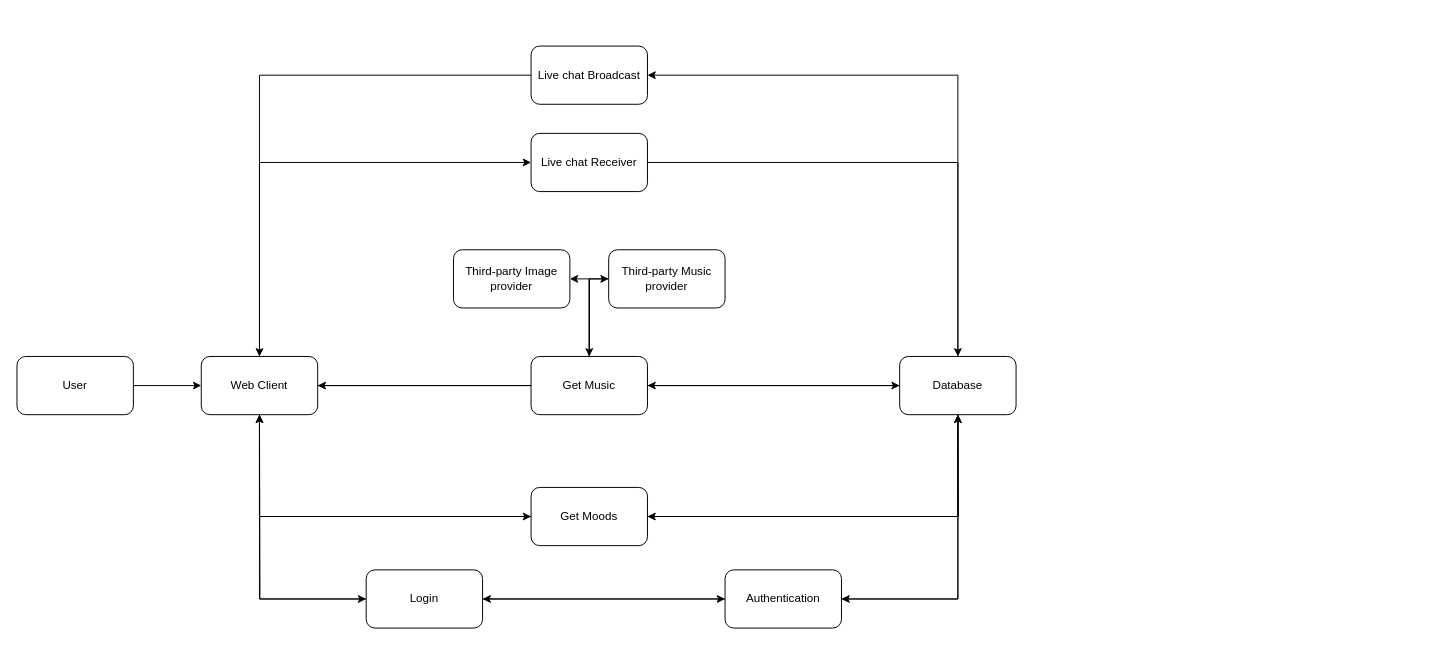
Above: Untitled Diagram.drawio in Grrom/lofi-moods-erd-stuff (draw.io), before the change. Source tidied: cells renumbered, new cells numbered last; positions are measured from the earlier drawing's top-left corner, leaving out a move shared by most shapes. Both pictures are drawn from the tidied source at 97%, with x=0, y=0 at pixel (16, 46).
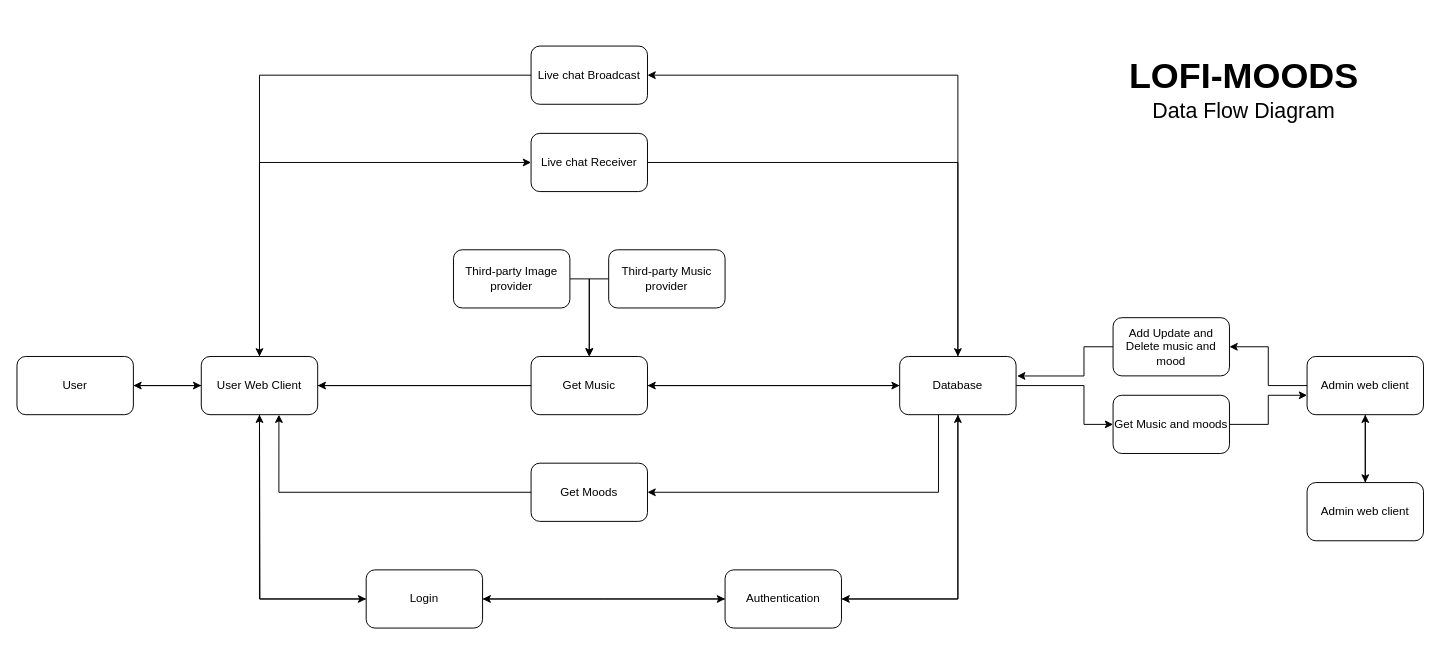
Above is the later version.

The change refers to these unchanged cells:
```xml
<mxCell id="3" value="User" style="rounded=1;whiteSpace=wrap;html=1;" parent="1" vertex="1">
  <mxGeometry y="320" width="120" height="60" as="geometry" />
</mxCell>
<mxCell id="16" value="Database" style="rounded=1;whiteSpace=wrap;html=1;" parent="1" vertex="1">
  <mxGeometry x="910" y="320" width="120" height="60" as="geometry" />
</mxCell>
<mxCell id="20" value="Third-party Image provider" style="rounded=1;whiteSpace=wrap;html=1;" parent="1" vertex="1">
  <mxGeometry x="450" y="210" width="120" height="60" as="geometry" />
</mxCell>
<mxCell id="25" value="Third-party Music provider" style="rounded=1;whiteSpace=wrap;html=1;" parent="1" vertex="1">
  <mxGeometry x="610" y="210" width="120" height="60" as="geometry" />
</mxCell>
<mxCell id="30" value="Get Music" style="rounded=1;whiteSpace=wrap;html=1;" parent="1" vertex="1">
  <mxGeometry x="530" y="320" width="120" height="60" as="geometry" />
</mxCell>
```

The edit, as a diff of the source:
```diff
@@
-<mxGraphModel>
+<mxGraphModel background="#ffffff">
@@
-    <mxCell id="5" style="edgeStyle=orthogonalEdgeStyle;rounded=0;jettySize=auto;html=1;entryX=0;entryY=0.5;entryDx=0;entryDy=0;" parent="1" edge="1" source="8" target="23">
-      <mxGeometry relative="1" as="geometry">
-        <Array as="points">
-          <mxPoint x="250" y="485" />
-        </Array>
-      </mxGeometry>
-    </mxCell>
@@
+    <mxCell id="35" style="edgeStyle=orthogonalEdgeStyle;rounded=0;jettySize=auto;html=1;" parent="1" edge="1" source="8" target="3">
+      <mxGeometry relative="1" as="geometry" />
+    </mxCell>
-    <mxCell id="8" value="Web Client" style="rounded=1;whiteSpace=wrap;html=1;" parent="1" vertex="1">
+    <mxCell id="8" value="User Web Client" style="rounded=1;whiteSpace=wrap;html=1;" parent="1" vertex="1">
       <mxGeometry x="190" y="320" width="120" height="60" as="geometry" />
     </mxCell>
@@
-    <mxCell id="13" style="edgeStyle=orthogonalEdgeStyle;rounded=0;jettySize=auto;html=1;entryX=1;entryY=0.5;entryDx=0;entryDy=0;" parent="1" edge="1" source="16" target="23">
-      <mxGeometry relative="1" as="geometry">
-        <Array as="points">
-          <mxPoint x="970" y="485" />
-        </Array>
-      </mxGeometry>
-    </mxCell>
@@
+    <mxCell id="36" style="edgeStyle=orthogonalEdgeStyle;rounded=0;jettySize=auto;html=1;entryX=0;entryY=0.5;entryDx=0;entryDy=0;" parent="1" edge="1" source="16" target="44">
+      <mxGeometry relative="1" as="geometry">
+        <Array as="points">
+          <mxPoint x="1100" y="350" />
+          <mxPoint x="1100" y="390" />
+        </Array>
+      </mxGeometry>
+    </mxCell>
+    <mxCell id="13" style="edgeStyle=orthogonalEdgeStyle;rounded=0;jettySize=auto;html=1;entryX=1;entryY=0.5;entryDx=0;entryDy=0;" parent="1" edge="1" source="16" target="23">
+      <mxGeometry relative="1" as="geometry">
+        <Array as="points">
+          <mxPoint x="950" y="460" />
+        </Array>
+      </mxGeometry>
+    </mxCell>
@@
+    <mxCell id="37" style="edgeStyle=orthogonalEdgeStyle;rounded=0;jettySize=auto;html=1;entryX=0.5;entryY=0;entryDx=0;entryDy=0;" parent="1" edge="1" source="20" target="30">
+      <mxGeometry relative="1" as="geometry">
+        <Array as="points">
+          <mxPoint x="590" y="240" />
+        </Array>
+      </mxGeometry>
+    </mxCell>
@@
-    <mxCell id="21" style="edgeStyle=orthogonalEdgeStyle;rounded=0;jettySize=auto;html=1;" parent="1" edge="1" source="23">
-      <mxGeometry relative="1" as="geometry">
-        <mxPoint x="970" y="380" as="targetPoint" />
-      </mxGeometry>
-    </mxCell>
-    <mxCell id="22" style="edgeStyle=orthogonalEdgeStyle;rounded=0;jettySize=auto;html=1;entryX=0.5;entryY=1;entryDx=0;entryDy=0;" parent="1" edge="1" source="23" target="8">
+    <mxCell id="22" style="edgeStyle=orthogonalEdgeStyle;rounded=0;jettySize=auto;html=1;entryX=0.667;entryY=1;entryDx=0;entryDy=0;entryPerimeter=0;" parent="1" edge="1" source="23" target="8">
       <mxGeometry relative="1" as="geometry" />
     </mxCell>
     <mxCell id="23" value="Get Moods" style="rounded=1;whiteSpace=wrap;html=1;" parent="1" vertex="1">
-      <mxGeometry x="530" y="455" width="120" height="60" as="geometry" />
+      <mxGeometry x="530" y="430" width="120" height="60" as="geometry" />
     </mxCell>
@@
-    <mxCell id="28" style="edgeStyle=orthogonalEdgeStyle;rounded=0;jettySize=auto;html=1;entryX=0;entryY=0.5;entryDx=0;entryDy=0;" parent="1" edge="1" source="30" target="25">
-      <mxGeometry relative="1" as="geometry" />
-    </mxCell>
-    <mxCell id="29" style="edgeStyle=orthogonalEdgeStyle;rounded=0;jettySize=auto;html=1;entryX=1;entryY=0.5;entryDx=0;entryDy=0;" parent="1" edge="1" source="30" target="20">
-      <mxGeometry relative="1" as="geometry" />
-    </mxCell>
@@
+    <mxCell id="38" style="edgeStyle=orthogonalEdgeStyle;rounded=0;jettySize=auto;html=1;entryX=1;entryY=0.5;entryDx=0;entryDy=0;" parent="1" edge="1" source="40" target="42">
+      <mxGeometry relative="1" as="geometry">
+        <Array as="points">
+          <mxPoint x="1290" y="350" />
+          <mxPoint x="1290" y="310" />
+        </Array>
+      </mxGeometry>
+    </mxCell>
+    <mxCell id="39" style="edgeStyle=orthogonalEdgeStyle;rounded=0;jettySize=auto;html=1;entryX=0.5;entryY=0;entryDx=0;entryDy=0;" parent="1" edge="1" source="40" target="46">
+      <mxGeometry relative="1" as="geometry" />
+    </mxCell>
+    <mxCell id="40" value="Admin web client" style="rounded=1;whiteSpace=wrap;html=1;" parent="1" vertex="1">
+      <mxGeometry x="1330" y="320" width="120" height="60" as="geometry" />
+    </mxCell>
+    <mxCell id="41" style="edgeStyle=orthogonalEdgeStyle;rounded=0;jettySize=auto;html=1;entryX=1.009;entryY=0.335;entryDx=0;entryDy=0;entryPerimeter=0;" parent="1" edge="1" source="42" target="16">
+      <mxGeometry relative="1" as="geometry">
+        <Array as="points">
+          <mxPoint x="1100" y="310" />
+          <mxPoint x="1100" y="340" />
+        </Array>
+      </mxGeometry>
+    </mxCell>
+    <mxCell id="42" value="Add Update and Delete music and mood" style="rounded=1;whiteSpace=wrap;html=1;" parent="1" vertex="1">
+      <mxGeometry x="1130" y="280" width="120" height="60" as="geometry" />
+    </mxCell>
+    <mxCell id="43" style="edgeStyle=orthogonalEdgeStyle;rounded=0;jettySize=auto;html=1;entryX=0;entryY=0.667;entryDx=0;entryDy=0;entryPerimeter=0;" parent="1" edge="1" source="44" target="40">
+      <mxGeometry relative="1" as="geometry">
+        <Array as="points">
+          <mxPoint x="1290" y="390" />
+          <mxPoint x="1290" y="360" />
+        </Array>
+      </mxGeometry>
+    </mxCell>
+    <mxCell id="44" value="Get Music and moods" style="rounded=1;whiteSpace=wrap;html=1;" parent="1" vertex="1">
+      <mxGeometry x="1130" y="360" width="120" height="60" as="geometry" />
+    </mxCell>
+    <mxCell id="45" style="edgeStyle=orthogonalEdgeStyle;rounded=0;jettySize=auto;html=1;" parent="1" edge="1" source="46">
+      <mxGeometry relative="1" as="geometry">
+        <mxPoint x="1390" y="380" as="targetPoint" />
+      </mxGeometry>
+    </mxCell>
+    <mxCell id="46" value="Admin web client" style="rounded=1;whiteSpace=wrap;html=1;" parent="1" vertex="1">
+      <mxGeometry x="1330" y="450" width="120" height="60" as="geometry" />
+    </mxCell>
+    <mxCell id="47" value="&lt;font size=&quot;1&quot;&gt;&lt;b style=&quot;font-size: 37px&quot;&gt;LOFI-MOODS&lt;/b&gt;&lt;/font&gt;&lt;br&gt;&lt;font style=&quot;font-size: 22px&quot;&gt;Data Flow Diagram&lt;/font&gt;" style="text;html=1;strokeColor=none;fillColor=none;align=center;verticalAlign=middle;whiteSpace=wrap;rounded=0;" parent="1" vertex="1">
+      <mxGeometry x="1120" y="-30" width="290" height="150" as="geometry" />
+    </mxCell>
```
